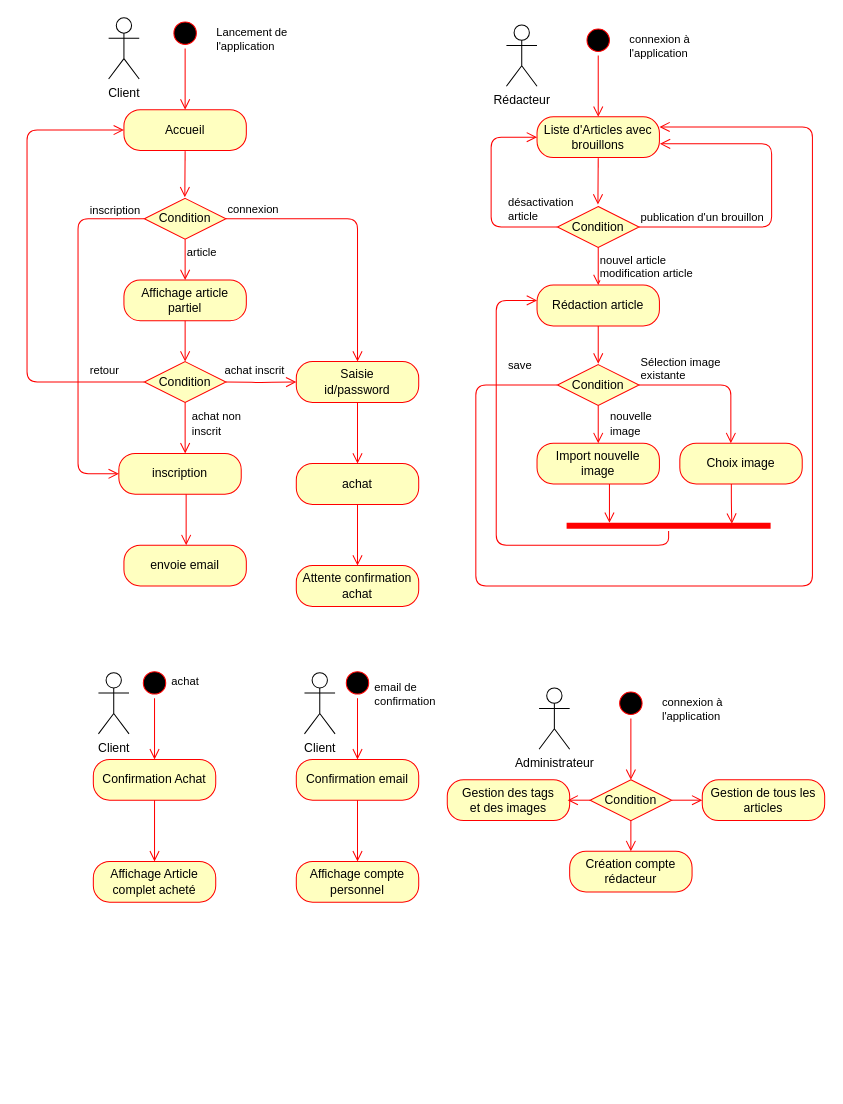
Wathil/POECNews keeps this draw.io diagram as diagrams/Activity Diagram.drawio. Above is the earlier version. Source tidied: cells renumbered, new cells numbered last; positions are measured from the earlier drawing's top-left corner, leaving out a move shared by most shapes. Both pictures are drawn from the tidied source at 102%, with x=0, y=0 at pixel (27, 17).
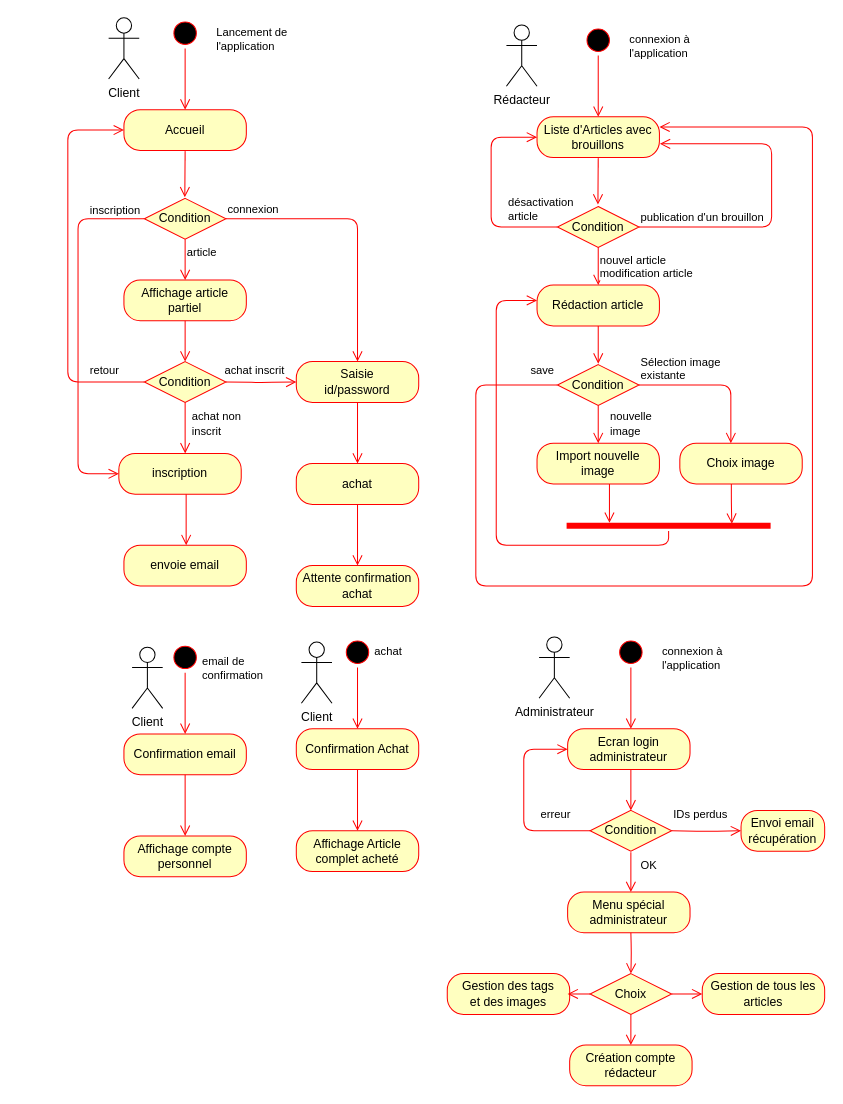
The same page after the edit.

Commit message (it also covers changes not shown here):
Activity Diagram ok

The change refers to these unchanged cells:
```xml
<mxCell id="5" value="Accueil" style="rounded=1;whiteSpace=wrap;html=1;arcSize=40;fontColor=#000000;fillColor=#ffffc0;strokeColor=#ff0000;" parent="1" vertex="1">
  <mxGeometry x="95" y="90" width="120" height="40" as="geometry" />
</mxCell>
```

The edit, as a diff of the source:
```diff
@@
     <mxCell id="27" style="edgeStyle=orthogonalEdgeStyle;html=1;align=left;verticalAlign=bottom;endArrow=open;endSize=8;strokeColor=#ff0000;exitX=0;exitY=0.5;exitDx=0;exitDy=0;entryX=0;entryY=0.5;entryDx=0;entryDy=0;" parent="1" edge="1" target="5">
       <mxGeometry x="-1" y="-41" relative="1" as="geometry">
         <mxPoint x="115" y="357" as="sourcePoint" />
         <Array as="points">
-          <mxPoint y="357" />
-          <mxPoint y="110" />
+          <mxPoint x="40" y="357" />
+          <mxPoint x="40" y="110" />
         </Array>
         <mxPoint x="40" y="31" as="offset" />
       </mxGeometry>
     </mxCell>
@@
     <mxCell id="29" style="ellipse;html=1;shape=startState;fillColor=#000000;strokeColor=#ff0000;" parent="1" vertex="1">
-      <mxGeometry x="110" y="637" width="30" height="30" as="geometry" />
+      <mxGeometry x="309" y="607" width="30" height="30" as="geometry" />
     </mxCell>
     <mxCell id="30" style="edgeStyle=orthogonalEdgeStyle;html=1;verticalAlign=bottom;endArrow=open;endSize=8;strokeColor=#ff0000;" parent="1" edge="1" source="29">
       <mxGeometry relative="1" as="geometry">
-        <mxPoint x="125" y="727" as="targetPoint" />
+        <mxPoint x="324" y="697" as="targetPoint" />
       </mxGeometry>
     </mxCell>
     <mxCell id="31" value="Confirmation Achat" style="rounded=1;whiteSpace=wrap;html=1;arcSize=40;fontColor=#000000;fillColor=#ffffc0;strokeColor=#ff0000;" parent="1" vertex="1">
-      <mxGeometry x="65" y="727" width="120" height="40" as="geometry" />
+      <mxGeometry x="264" y="697" width="120" height="40" as="geometry" />
     </mxCell>
     <mxCell id="32" style="edgeStyle=orthogonalEdgeStyle;html=1;verticalAlign=bottom;endArrow=open;endSize=8;strokeColor=#ff0000;exitX=0.5;exitY=1;exitDx=0;exitDy=0;" parent="1" edge="1" source="31">
       <mxGeometry relative="1" as="geometry">
-        <mxPoint x="125" y="827" as="targetPoint" />
+        <mxPoint x="324" y="797" as="targetPoint" />
       </mxGeometry>
     </mxCell>
     <mxCell id="33" value="Affichage Article complet acheté" style="rounded=1;whiteSpace=wrap;html=1;arcSize=40;fontColor=#000000;fillColor=#ffffc0;strokeColor=#ff0000;" parent="1" vertex="1">
-      <mxGeometry x="65" y="827" width="120" height="40" as="geometry" />
+      <mxGeometry x="264" y="797" width="120" height="40" as="geometry" />
     </mxCell>
     <mxCell id="34" style="ellipse;html=1;shape=startState;fillColor=#000000;strokeColor=#ff0000;" parent="1" vertex="1">
-      <mxGeometry x="309" y="637" width="30" height="30" as="geometry" />
+      <mxGeometry x="140" y="612" width="30" height="30" as="geometry" />
     </mxCell>
     <mxCell id="35" style="edgeStyle=orthogonalEdgeStyle;html=1;verticalAlign=bottom;endArrow=open;endSize=8;strokeColor=#ff0000;" parent="1" edge="1" source="34">
       <mxGeometry relative="1" as="geometry">
-        <mxPoint x="324" y="727" as="targetPoint" />
+        <mxPoint x="155" y="702" as="targetPoint" />
       </mxGeometry>
     </mxCell>
     <mxCell id="36" value="Confirmation email" style="rounded=1;whiteSpace=wrap;html=1;arcSize=40;fontColor=#000000;fillColor=#ffffc0;strokeColor=#ff0000;" parent="1" vertex="1">
-      <mxGeometry x="264" y="727" width="120" height="40" as="geometry" />
+      <mxGeometry x="95" y="702" width="120" height="40" as="geometry" />
     </mxCell>
     <mxCell id="37" style="edgeStyle=orthogonalEdgeStyle;html=1;verticalAlign=bottom;endArrow=open;endSize=8;strokeColor=#ff0000;exitX=0.5;exitY=1;exitDx=0;exitDy=0;" parent="1" edge="1" source="36">
       <mxGeometry relative="1" as="geometry">
-        <mxPoint x="324" y="827" as="targetPoint" />
+        <mxPoint x="155" y="802" as="targetPoint" />
       </mxGeometry>
     </mxCell>
     <mxCell id="38" value="Affichage compte personnel" style="rounded=1;whiteSpace=wrap;html=1;arcSize=40;fontColor=#000000;fillColor=#ffffc0;strokeColor=#ff0000;" parent="1" vertex="1">
-      <mxGeometry x="264" y="827" width="120" height="40" as="geometry" />
+      <mxGeometry x="95" y="802" width="120" height="40" as="geometry" />
     </mxCell>
@@
     <mxCell id="40" value="&lt;font face=&quot;helvetica&quot;&gt;&lt;span style=&quot;font-size: 11px ; background-color: rgb(255 , 255 , 255)&quot;&gt;achat&lt;/span&gt;&lt;/font&gt;" style="text;whiteSpace=wrap;html=1;" parent="1" vertex="1">
-      <mxGeometry x="140" y="637" width="40" height="30" as="geometry" />
+      <mxGeometry x="339" y="607" width="40" height="30" as="geometry" />
     </mxCell>
     <mxCell id="41" value="&lt;font face=&quot;helvetica&quot;&gt;&lt;span style=&quot;font-size: 11px ; background-color: rgb(255 , 255 , 255)&quot;&gt;email de confirmation&lt;/span&gt;&lt;/font&gt;" style="text;whiteSpace=wrap;html=1;" parent="1" vertex="1">
-      <mxGeometry x="339" y="642" width="80" height="30" as="geometry" />
+      <mxGeometry x="170" y="617" width="80" height="30" as="geometry" />
     </mxCell>
@@
     <mxCell id="66" value="&lt;font face=&quot;helvetica&quot;&gt;&lt;span style=&quot;font-size: 11px ; background-color: rgb(255 , 255 , 255)&quot;&gt;save&lt;br&gt;&lt;/span&gt;&lt;/font&gt;" style="text;whiteSpace=wrap;html=1;" parent="1" vertex="1">
-      <mxGeometry x="470" y="327" width="80" height="30" as="geometry" />
+      <mxGeometry x="492" y="332" width="50" height="30" as="geometry" />
     </mxCell>
     <mxCell id="67" value="Administrateur" style="shape=umlActor;verticalLabelPosition=bottom;verticalAlign=top;html=1;" parent="1" vertex="1">
-      <mxGeometry x="502" y="657" width="30" height="60" as="geometry" />
+      <mxGeometry x="502" y="607" width="30" height="60" as="geometry" />
     </mxCell>
     <mxCell id="68" style="ellipse;html=1;shape=startState;fillColor=#000000;strokeColor=#ff0000;" parent="1" vertex="1">
-      <mxGeometry x="577" y="657" width="30" height="30" as="geometry" />
+      <mxGeometry x="577" y="607" width="30" height="30" as="geometry" />
     </mxCell>
     <mxCell id="69" style="edgeStyle=orthogonalEdgeStyle;html=1;verticalAlign=bottom;endArrow=open;endSize=8;strokeColor=#ff0000;" parent="1" edge="1" source="68">
       <mxGeometry relative="1" as="geometry">
-        <mxPoint x="592" y="747" as="targetPoint" />
+        <mxPoint x="592" y="697" as="targetPoint" />
       </mxGeometry>
     </mxCell>
     <mxCell id="70" value="&lt;font face=&quot;helvetica&quot;&gt;&lt;span style=&quot;font-size: 11px ; background-color: rgb(255 , 255 , 255)&quot;&gt;connexion à l'application&lt;/span&gt;&lt;/font&gt;" style="text;whiteSpace=wrap;html=1;" parent="1" vertex="1">
-      <mxGeometry x="621" y="657" width="80" height="30" as="geometry" />
+      <mxGeometry x="621" y="607" width="80" height="30" as="geometry" />
     </mxCell>
-    <mxCell id="71" value="Condition" style="rhombus;whiteSpace=wrap;html=1;fillColor=#ffffc0;strokeColor=#ff0000;" parent="1" vertex="1">
-      <mxGeometry x="552" y="747" width="80" height="40" as="geometry" />
+    <mxCell id="71" value="Choix" style="rhombus;whiteSpace=wrap;html=1;fillColor=#ffffc0;strokeColor=#ff0000;" parent="1" vertex="1">
+      <mxGeometry x="552" y="937" width="80" height="40" as="geometry" />
     </mxCell>
     <mxCell id="72" value="Création compte rédacteur" style="rounded=1;whiteSpace=wrap;html=1;arcSize=40;fontColor=#000000;fillColor=#ffffc0;strokeColor=#ff0000;" parent="1" vertex="1">
-      <mxGeometry x="532" y="817" width="120" height="40" as="geometry" />
+      <mxGeometry x="532" y="1007" width="120" height="40" as="geometry" />
     </mxCell>
     <mxCell id="73" value="Gestion de tous les articles" style="rounded=1;whiteSpace=wrap;html=1;arcSize=40;fontColor=#000000;fillColor=#ffffc0;strokeColor=#ff0000;" parent="1" vertex="1">
-      <mxGeometry x="662" y="747" width="120" height="40" as="geometry" />
+      <mxGeometry x="662" y="937" width="120" height="40" as="geometry" />
     </mxCell>
     <mxCell id="74" value="Gestion des tags&lt;br&gt;et des images" style="rounded=1;whiteSpace=wrap;html=1;arcSize=40;fontColor=#000000;fillColor=#ffffc0;strokeColor=#ff0000;" parent="1" vertex="1">
-      <mxGeometry x="412" y="747" width="120" height="40" as="geometry" />
+      <mxGeometry x="412" y="937" width="120" height="40" as="geometry" />
     </mxCell>
@@
     <mxCell id="77" style="edgeStyle=orthogonalEdgeStyle;html=1;verticalAlign=bottom;endArrow=open;endSize=8;strokeColor=#ff0000;exitX=0;exitY=0.5;exitDx=0;exitDy=0;" parent="1" edge="1" source="71">
       <mxGeometry relative="1" as="geometry">
-        <mxPoint x="530" y="767" as="targetPoint" />
+        <mxPoint x="530" y="957" as="targetPoint" />
       </mxGeometry>
     </mxCell>
     <mxCell id="78" value="Client" style="shape=umlActor;verticalLabelPosition=bottom;verticalAlign=top;html=1;" parent="1" vertex="1">
-      <mxGeometry x="70" y="642" width="30" height="60" as="geometry" />
+      <mxGeometry x="269" y="612" width="30" height="60" as="geometry" />
     </mxCell>
     <mxCell id="79" value="Client" style="shape=umlActor;verticalLabelPosition=bottom;verticalAlign=top;html=1;" parent="1" vertex="1">
-      <mxGeometry x="272" y="642" width="30" height="60" as="geometry" />
+      <mxGeometry x="103" y="617" width="30" height="60" as="geometry" />
     </mxCell>
+    <mxCell id="80" value="Ecran login administrateur" style="rounded=1;whiteSpace=wrap;html=1;arcSize=40;fontColor=#000000;fillColor=#ffffc0;strokeColor=#ff0000;" parent="1" vertex="1">
+      <mxGeometry x="530" y="697" width="120" height="40" as="geometry" />
+    </mxCell>
+    <mxCell id="81" value="Condition" style="rhombus;whiteSpace=wrap;html=1;fillColor=#ffffc0;strokeColor=#ff0000;" parent="1" vertex="1">
+      <mxGeometry x="552" y="777" width="80" height="40" as="geometry" />
+    </mxCell>
+    <mxCell id="82" style="edgeStyle=orthogonalEdgeStyle;html=1;verticalAlign=bottom;endArrow=open;endSize=8;strokeColor=#ff0000;exitX=0.5;exitY=1;exitDx=0;exitDy=0;" parent="1" edge="1">
+      <mxGeometry relative="1" as="geometry">
+        <mxPoint x="592" y="737" as="sourcePoint" />
+        <mxPoint x="592" y="777" as="targetPoint" />
+      </mxGeometry>
+    </mxCell>
+    <mxCell id="83" value="Envoi email récupération" style="rounded=1;whiteSpace=wrap;html=1;arcSize=40;fontColor=#000000;fillColor=#ffffc0;strokeColor=#ff0000;" parent="1" vertex="1">
+      <mxGeometry x="700" y="777" width="82" height="40" as="geometry" />
+    </mxCell>
+    <mxCell id="84" style="edgeStyle=orthogonalEdgeStyle;html=1;verticalAlign=bottom;endArrow=open;endSize=8;strokeColor=#ff0000;exitX=1;exitY=0.5;exitDx=0;exitDy=0;entryX=0;entryY=0.5;entryDx=0;entryDy=0;" parent="1" edge="1" target="83">
+      <mxGeometry relative="1" as="geometry">
+        <mxPoint x="632" y="797" as="sourcePoint" />
+      </mxGeometry>
+    </mxCell>
+    <mxCell id="85" style="edgeStyle=orthogonalEdgeStyle;html=1;verticalAlign=bottom;endArrow=open;endSize=8;strokeColor=#ff0000;" parent="1" edge="1">
+      <mxGeometry relative="1" as="geometry">
+        <mxPoint x="592" y="818" as="sourcePoint" />
+        <mxPoint x="592" y="857" as="targetPoint" />
+      </mxGeometry>
+    </mxCell>
+    <mxCell id="86" style="edgeStyle=orthogonalEdgeStyle;html=1;align=left;verticalAlign=bottom;endArrow=open;endSize=8;strokeColor=#ff0000;exitX=0;exitY=0.5;exitDx=0;exitDy=0;" parent="1" edge="1" source="81">
+      <mxGeometry x="-1" y="-41" relative="1" as="geometry">
+        <mxPoint x="530" y="717" as="targetPoint" />
+        <Array as="points">
+          <mxPoint x="487" y="797" />
+          <mxPoint x="487" y="717" />
+        </Array>
+        <mxPoint x="40" y="31" as="offset" />
+      </mxGeometry>
+    </mxCell>
+    <mxCell id="87" value="&lt;font face=&quot;helvetica&quot;&gt;&lt;span style=&quot;font-size: 11px ; background-color: rgb(255 , 255 , 255)&quot;&gt;erreur&lt;br&gt;&lt;/span&gt;&lt;/font&gt;" style="text;whiteSpace=wrap;html=1;" parent="1" vertex="1">
+      <mxGeometry x="502" y="767" width="50" height="30" as="geometry" />
+    </mxCell>
+    <mxCell id="88" value="&lt;font face=&quot;helvetica&quot;&gt;&lt;span style=&quot;font-size: 11px ; background-color: rgb(255 , 255 , 255)&quot;&gt;IDs perdus&lt;br&gt;&lt;/span&gt;&lt;/font&gt;" style="text;whiteSpace=wrap;html=1;" parent="1" vertex="1">
+      <mxGeometry x="632" y="767" width="68" height="30" as="geometry" />
+    </mxCell>
+    <mxCell id="89" value="&lt;font face=&quot;helvetica&quot;&gt;&lt;span style=&quot;font-size: 11px ; background-color: rgb(255 , 255 , 255)&quot;&gt;OK&lt;br&gt;&lt;/span&gt;&lt;/font&gt;" style="text;whiteSpace=wrap;html=1;" parent="1" vertex="1">
+      <mxGeometry x="600" y="817" width="50" height="30" as="geometry" />
+    </mxCell>
+    <mxCell id="90" value="Menu spécial administrateur" style="rounded=1;whiteSpace=wrap;html=1;arcSize=40;fontColor=#000000;fillColor=#ffffc0;strokeColor=#ff0000;" parent="1" vertex="1">
+      <mxGeometry x="530" y="857" width="120" height="40" as="geometry" />
+    </mxCell>
+    <mxCell id="91" style="edgeStyle=orthogonalEdgeStyle;html=1;verticalAlign=bottom;endArrow=open;endSize=8;strokeColor=#ff0000;entryX=0.5;entryY=0;entryDx=0;entryDy=0;" parent="1" edge="1" target="71">
+      <mxGeometry relative="1" as="geometry">
+        <mxPoint x="592" y="897" as="sourcePoint" />
+      </mxGeometry>
+    </mxCell>
```
